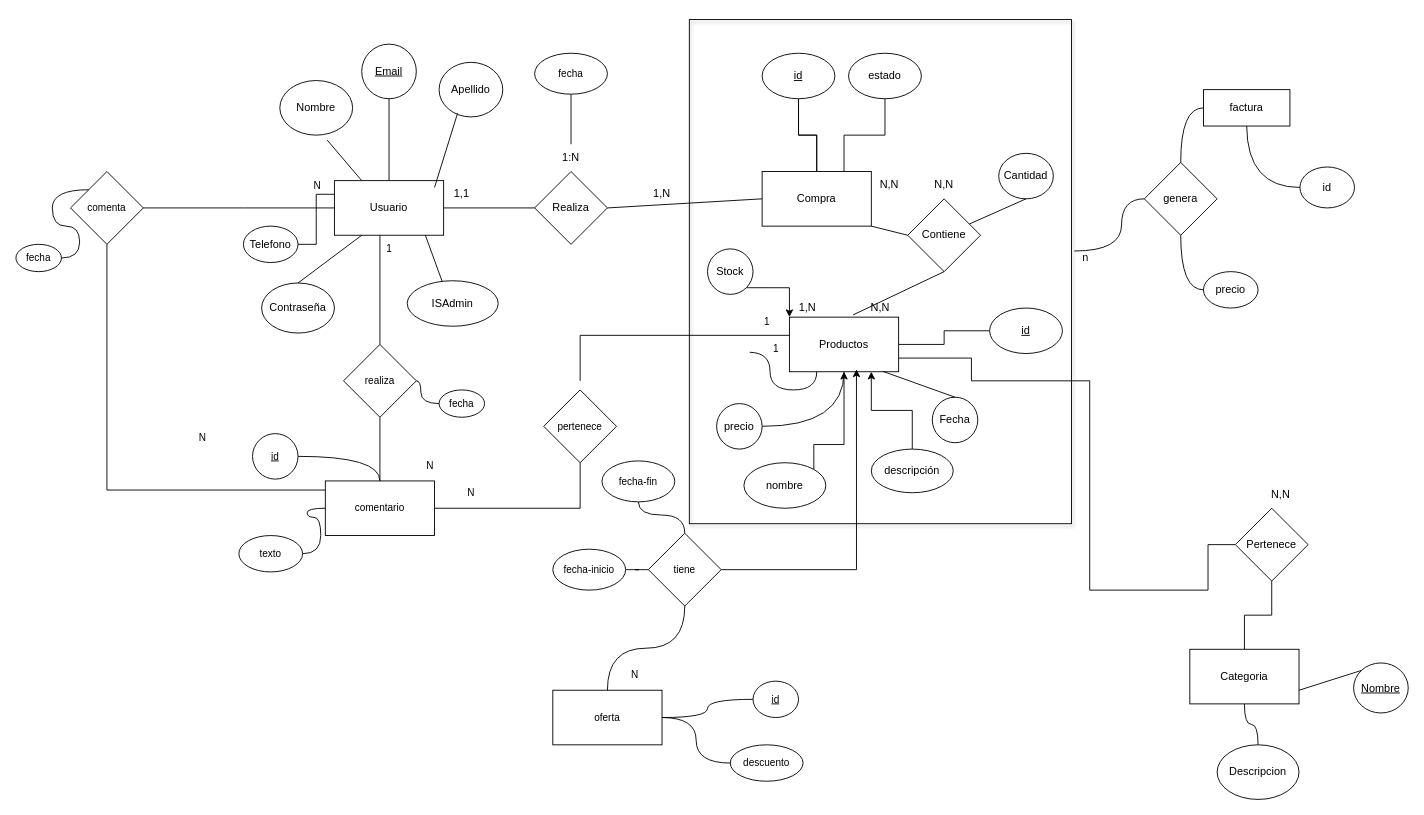
The draw.io diagram documentación/MER.drawio in DSofficial45/RedVerde, before the edit. Source tidied: cells renumbered, new cells numbered last; positions are measured from the earlier drawing's top-left corner, leaving out a move shared by most shapes. Both pictures are drawn from the tidied source at 91%, with x=0, y=0 at pixel (15, 19).
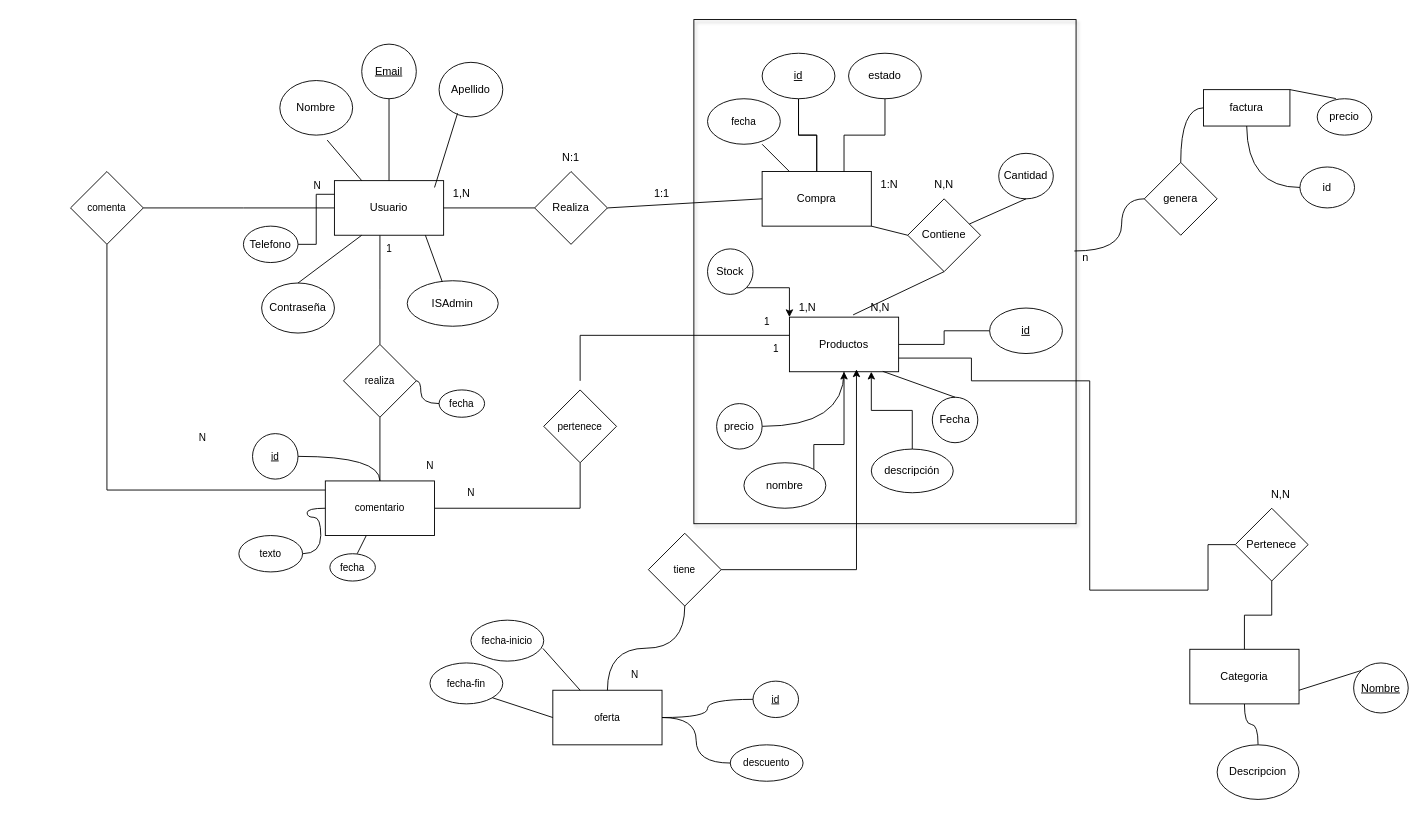
After the change.

The change refers to these unchanged cells:
```xml
<mxCell id="8" value="Compra" style="rounded=0;whiteSpace=wrap;html=1;" parent="1" vertex="1">
  <mxGeometry x="820" y="167" width="120" height="60" as="geometry" />
</mxCell>
<mxCell id="11" value="Productos" style="rounded=0;whiteSpace=wrap;html=1;" parent="1" vertex="1">
  <mxGeometry x="850" y="327" width="120" height="60" as="geometry" />
</mxCell>
<mxCell id="60" value="comentario" style="rounded=0;whiteSpace=wrap;html=1;fontFamily=Helvetica;fontSize=11;fontColor=default;labelBackgroundColor=default;" parent="1" vertex="1">
  <mxGeometry x="340" y="507" width="120" height="60" as="geometry" />
</mxCell>
<mxCell id="68" value="comenta" style="rhombus;whiteSpace=wrap;html=1;fontFamily=Helvetica;fontSize=11;fontColor=default;labelBackgroundColor=default;" parent="1" vertex="1">
  <mxGeometry x="60" y="167" width="80" height="80" as="geometry" />
</mxCell>
<mxCell id="72" value="oferta" style="rounded=0;whiteSpace=wrap;html=1;fontFamily=Helvetica;fontSize=11;fontColor=default;labelBackgroundColor=default;" parent="1" vertex="1">
  <mxGeometry x="590" y="737" width="120" height="60" as="geometry" />
</mxCell>
<mxCell id="85" value="tiene" style="rhombus;whiteSpace=wrap;html=1;fontFamily=Helvetica;fontSize=11;fontColor=default;labelBackgroundColor=default;" parent="1" vertex="1">
  <mxGeometry x="695" y="564.5" width="80" height="80" as="geometry" />
</mxCell>
<mxCell id="94" value="genera" style="rhombus;whiteSpace=wrap;html=1;" parent="1" vertex="1">
  <mxGeometry x="1240" y="157" width="80" height="80" as="geometry" />
</mxCell>
<mxCell id="96" value="factura" style="rounded=1;whiteSpace=wrap;html=1;arcSize=0;" parent="1" vertex="1">
  <mxGeometry x="1305" y="77" width="95" height="40" as="geometry" />
</mxCell>
```

The edit, as a diff of the source:
```diff
@@
-    <mxCell id="24" value="1,1" style="text;html=1;align=center;verticalAlign=middle;whiteSpace=wrap;rounded=0;" parent="1" vertex="1">
+    <mxCell id="24" value="1,N" style="text;html=1;align=center;verticalAlign=middle;whiteSpace=wrap;rounded=0;" parent="1" vertex="1">
       <mxGeometry x="460" y="177" width="60" height="30" as="geometry" />
     </mxCell>
-    <mxCell id="25" style="edgeStyle=orthogonalEdgeStyle;shape=connector;rounded=0;jettySize=auto;html=1;strokeColor=default;align=center;verticalAlign=middle;fontFamily=Helvetica;fontSize=11;fontColor=default;labelBackgroundColor=default;endArrow=none;endFill=0;" parent="1" edge="1" source="26" target="55">
-      <mxGeometry relative="1" as="geometry" />
-    </mxCell>
-    <mxCell id="26" value="1:N" style="text;html=1;align=center;verticalAlign=middle;whiteSpace=wrap;rounded=0;" parent="1" vertex="1">
+    <mxCell id="26" value="N:1" style="text;html=1;align=center;verticalAlign=middle;whiteSpace=wrap;rounded=0;" parent="1" vertex="1">
       <mxGeometry x="580" y="137" width="60" height="30" as="geometry" />
     </mxCell>
-    <mxCell id="27" value="1,N" style="text;html=1;align=center;verticalAlign=middle;whiteSpace=wrap;rounded=0;" parent="1" vertex="1">
+    <mxCell id="27" value="1:1" style="text;html=1;align=center;verticalAlign=middle;whiteSpace=wrap;rounded=0;" parent="1" vertex="1">
       <mxGeometry x="680" y="177" width="60" height="30" as="geometry" />
     </mxCell>
-    <mxCell id="28" value="N,N" style="text;html=1;align=center;verticalAlign=middle;whiteSpace=wrap;rounded=0;" parent="1" vertex="1">
+    <mxCell id="28" value="1:N" style="text;html=1;align=center;verticalAlign=middle;whiteSpace=wrap;rounded=0;" parent="1" vertex="1">
       <mxGeometry x="930" y="167" width="60" height="30" as="geometry" />
     </mxCell>
@@
     <mxCell id="55" value="fecha" style="ellipse;whiteSpace=wrap;html=1;fontFamily=Helvetica;fontSize=11;fontColor=default;labelBackgroundColor=default;" parent="1" vertex="1">
-      <mxGeometry x="570" y="37" width="80" height="45" as="geometry" />
+      <mxGeometry x="760" y="87" width="80" height="50" as="geometry" />
     </mxCell>
@@
-    <mxCell id="79" style="edgeStyle=orthogonalEdgeStyle;shape=connector;curved=1;rounded=0;jettySize=auto;html=1;entryX=0;entryY=0;entryDx=0;entryDy=0;strokeColor=default;align=center;verticalAlign=middle;fontFamily=Helvetica;fontSize=11;fontColor=default;labelBackgroundColor=default;endArrow=none;endFill=0;" parent="1" edge="1" source="80" target="68">
-      <mxGeometry relative="1" as="geometry" />
-    </mxCell>
     <mxCell id="80" value="fecha" style="ellipse;whiteSpace=wrap;html=1;fontFamily=Helvetica;fontSize=11;fontColor=default;labelBackgroundColor=default;" parent="1" vertex="1">
-      <mxGeometry y="247" width="50" height="30" as="geometry" />
+      <mxGeometry x="345" y="587" width="50" height="30" as="geometry" />
     </mxCell>
@@
-    <mxCell id="83" style="edgeStyle=orthogonalEdgeStyle;shape=connector;curved=1;rounded=0;jettySize=auto;html=1;strokeColor=default;align=center;verticalAlign=middle;fontFamily=Helvetica;fontSize=11;fontColor=default;labelBackgroundColor=default;endArrow=none;endFill=0;" parent="1" edge="1" source="85" target="91">
-      <mxGeometry relative="1" as="geometry" />
-    </mxCell>
-    <mxCell id="84" style="edgeStyle=orthogonalEdgeStyle;shape=connector;curved=1;rounded=0;jettySize=auto;html=1;strokeColor=default;align=center;verticalAlign=middle;fontFamily=Helvetica;fontSize=11;fontColor=default;labelBackgroundColor=default;endArrow=none;endFill=0;" parent="1" edge="1" source="85" target="92">
-      <mxGeometry relative="1" as="geometry" />
-    </mxCell>
@@
     <mxCell id="91" value="fecha-inicio" style="ellipse;whiteSpace=wrap;html=1;fontSize=11;labelBackgroundColor=default;" parent="1" vertex="1">
-      <mxGeometry x="590" y="582" width="80" height="45" as="geometry" />
+      <mxGeometry x="500" y="660" width="80" height="45" as="geometry" />
     </mxCell>
     <mxCell id="92" value="fecha-fin" style="ellipse;whiteSpace=wrap;html=1;fontSize=11;labelBackgroundColor=default;" parent="1" vertex="1">
-      <mxGeometry x="644" y="485" width="80" height="45" as="geometry" />
+      <mxGeometry x="455" y="707" width="80" height="45" as="geometry" />
     </mxCell>
@@
     <mxCell id="95" value="precio" style="ellipse;whiteSpace=wrap;html=1;" parent="1" vertex="1">
-      <mxGeometry x="1305" y="277" width="60" height="40" as="geometry" />
+      <mxGeometry x="1430" y="87" width="60" height="40" as="geometry" />
     </mxCell>
@@
-    <mxCell id="99" style="edgeStyle=orthogonalEdgeStyle;shape=connector;curved=1;rounded=0;jettySize=auto;html=1;strokeColor=default;align=center;verticalAlign=middle;fontFamily=Helvetica;fontSize=11;fontColor=default;labelBackgroundColor=default;endArrow=none;endFill=0;exitX=0;exitY=0.5;exitDx=0;exitDy=0;entryX=0.5;entryY=1;entryDx=0;entryDy=0;" parent="1" edge="1" source="95" target="94">
-      <mxGeometry relative="1" as="geometry" />
-    </mxCell>
@@
-    <mxCell id="102" style="edgeStyle=orthogonalEdgeStyle;rounded=0;jettySize=auto;html=1;exitX=1;exitY=0;exitDx=0;exitDy=0;entryX=0.25;entryY=1;entryDx=0;entryDy=0;curved=1;endArrow=none;endFill=0;" parent="1" edge="1" target="11">
-      <mxGeometry relative="1" as="geometry">
-        <mxPoint x="806.3" y="365.6" as="sourcePoint" />
-      </mxGeometry>
-    </mxCell>
@@
     <mxCell id="104" style="rounded=0;whiteSpace=wrap;html=1;fontFamily=Helvetica;fontSize=11;fontColor=default;labelBackgroundColor=default;fillColor=none;shadow=1;" parent="1" vertex="1">
-      <mxGeometry x="740" width="420" height="554" as="geometry" />
+      <mxGeometry x="745" width="420" height="554" as="geometry" />
     </mxCell>
@@
+    <mxCell id="109" style="endArrow=none;html=1;rounded=0;exitX=1;exitY=0;exitDx=0;exitDy=0;entryX=0.341;entryY=-0.005;entryDx=0;entryDy=0;entryPerimeter=0;" parent="1" edge="1" source="96" target="95">
+      <mxGeometry relative="1" as="geometry" />
+    </mxCell>
+    <mxCell id="110" style="endArrow=none;html=1;rounded=0;entryX=0;entryY=0.5;entryDx=0;entryDy=0;exitX=1;exitY=1;exitDx=0;exitDy=0;" parent="1" edge="1" source="92" target="72">
+      <mxGeometry relative="1" as="geometry" />
+    </mxCell>
+    <mxCell id="111" style="endArrow=none;html=1;rounded=0;entryX=0.988;entryY=0.689;entryDx=0;entryDy=0;entryPerimeter=0;exitX=0.25;exitY=0;exitDx=0;exitDy=0;" parent="1" edge="1" source="72" target="91">
+      <mxGeometry relative="1" as="geometry" />
+    </mxCell>
+    <mxCell id="112" style="endArrow=none;html=1;rounded=0;" parent="1" edge="1" target="60">
+      <mxGeometry relative="1" as="geometry">
+        <mxPoint x="375" y="587" as="sourcePoint" />
+      </mxGeometry>
+    </mxCell>
+    <mxCell id="113" style="endArrow=none;html=1;rounded=0;exitX=0.25;exitY=0;exitDx=0;exitDy=0;" parent="1" edge="1" source="8">
+      <mxGeometry relative="1" as="geometry">
+        <mxPoint x="820" y="137" as="targetPoint" />
+      </mxGeometry>
+    </mxCell>
```
